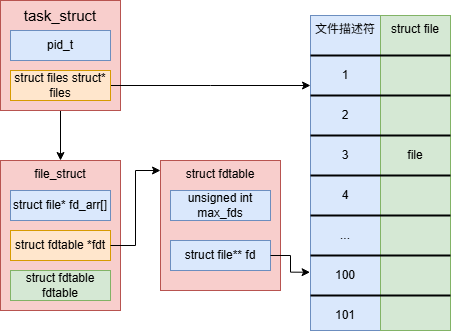
Jenjdi/NotePics keeps this draw.io diagram as struct sock.png. Above is the earlier version. Source tidied: cells renumbered, new cells last; positions are measured from the earlier drawing's top-left corner, leaving out a move shared by most shapes.
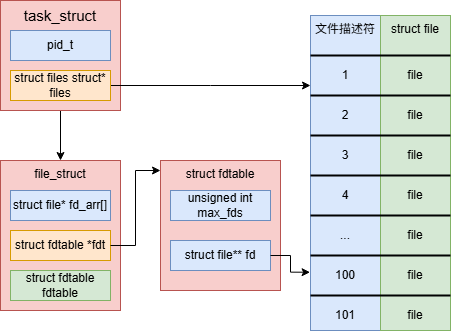
Above is the later version.

What changed in the source:
```diff
@@ -102,5 +102,23 @@
     <mxCell id="33" value="file" style="text;strokeColor=none;align=center;fillColor=none;html=1;verticalAlign=middle;whiteSpace=wrap;rounded=0;" parent="1" vertex="1">
       <mxGeometry x="385" y="140" width="60" height="30" as="geometry" />
     </mxCell>
+    <mxCell id="34" value="file" style="text;strokeColor=none;align=center;fillColor=none;html=1;verticalAlign=middle;whiteSpace=wrap;rounded=0;" parent="1" vertex="1">
+      <mxGeometry x="385" y="100" width="60" height="30" as="geometry" />
+    </mxCell>
+    <mxCell id="35" value="file" style="text;strokeColor=none;align=center;fillColor=none;html=1;verticalAlign=middle;whiteSpace=wrap;rounded=0;" parent="1" vertex="1">
+      <mxGeometry x="385" y="60" width="60" height="30" as="geometry" />
+    </mxCell>
+    <mxCell id="36" value="file" style="text;strokeColor=none;align=center;fillColor=none;html=1;verticalAlign=middle;whiteSpace=wrap;rounded=0;" parent="1" vertex="1">
+      <mxGeometry x="385" y="180" width="60" height="30" as="geometry" />
+    </mxCell>
+    <mxCell id="37" value="file" style="text;strokeColor=none;align=center;fillColor=none;html=1;verticalAlign=middle;whiteSpace=wrap;rounded=0;" parent="1" vertex="1">
+      <mxGeometry x="385" y="260" width="60" height="30" as="geometry" />
+    </mxCell>
+    <mxCell id="38" value="file" style="text;strokeColor=none;align=center;fillColor=none;html=1;verticalAlign=middle;whiteSpace=wrap;rounded=0;" parent="1" vertex="1">
+      <mxGeometry x="385" y="300" width="60" height="30" as="geometry" />
+    </mxCell>
+    <mxCell id="39" value="file" style="text;strokeColor=none;align=center;fillColor=none;html=1;verticalAlign=middle;whiteSpace=wrap;rounded=0;" parent="1" vertex="1">
+      <mxGeometry x="385" y="220" width="60" height="30" as="geometry" />
+    </mxCell>
   </root>
 </mxGraphModel>
```
